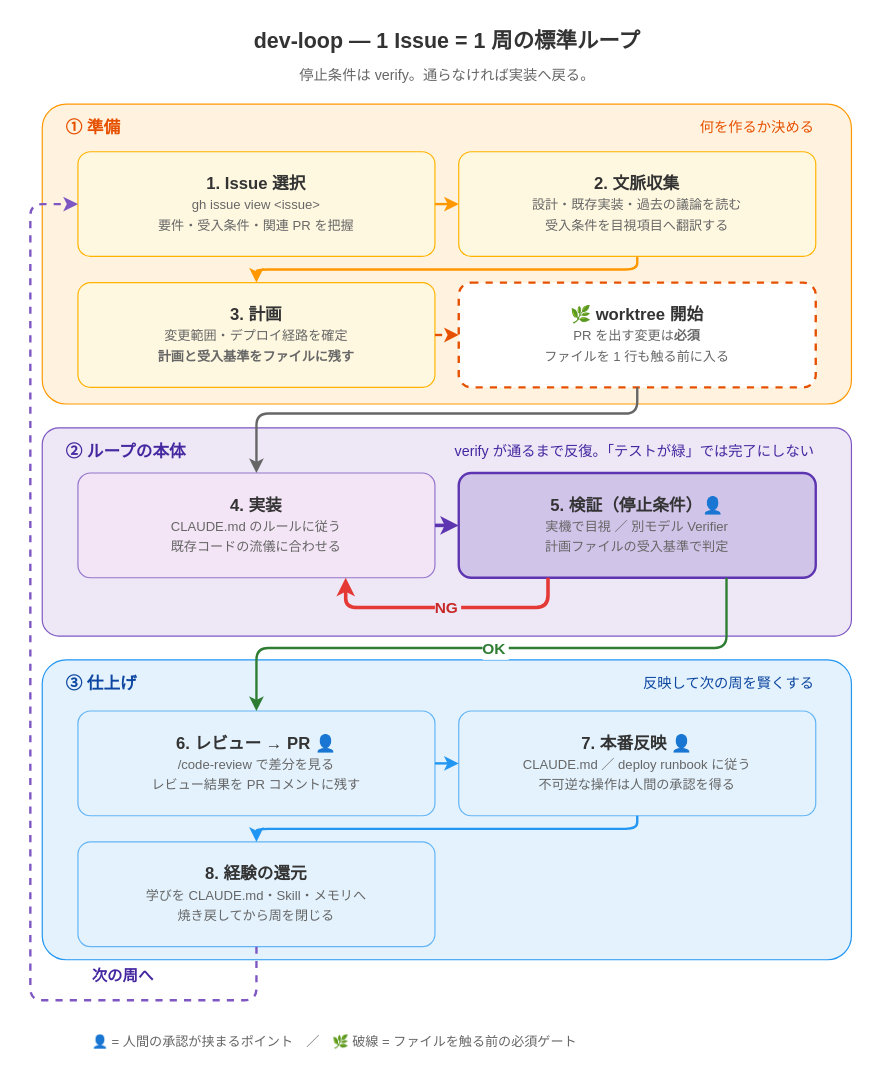
Before: diagrams/dev-loop-cycle.drawio in hdknr/claude-code-setup, a draw.io diagram. Source tidied: cells renumbered, new cells numbered last; positions are measured from the earlier drawing's top-left corner, leaving out a move shared by most shapes. Both pictures are drawn from the tidied source at 119%, with x=0, y=0 at pixel (30, 20).
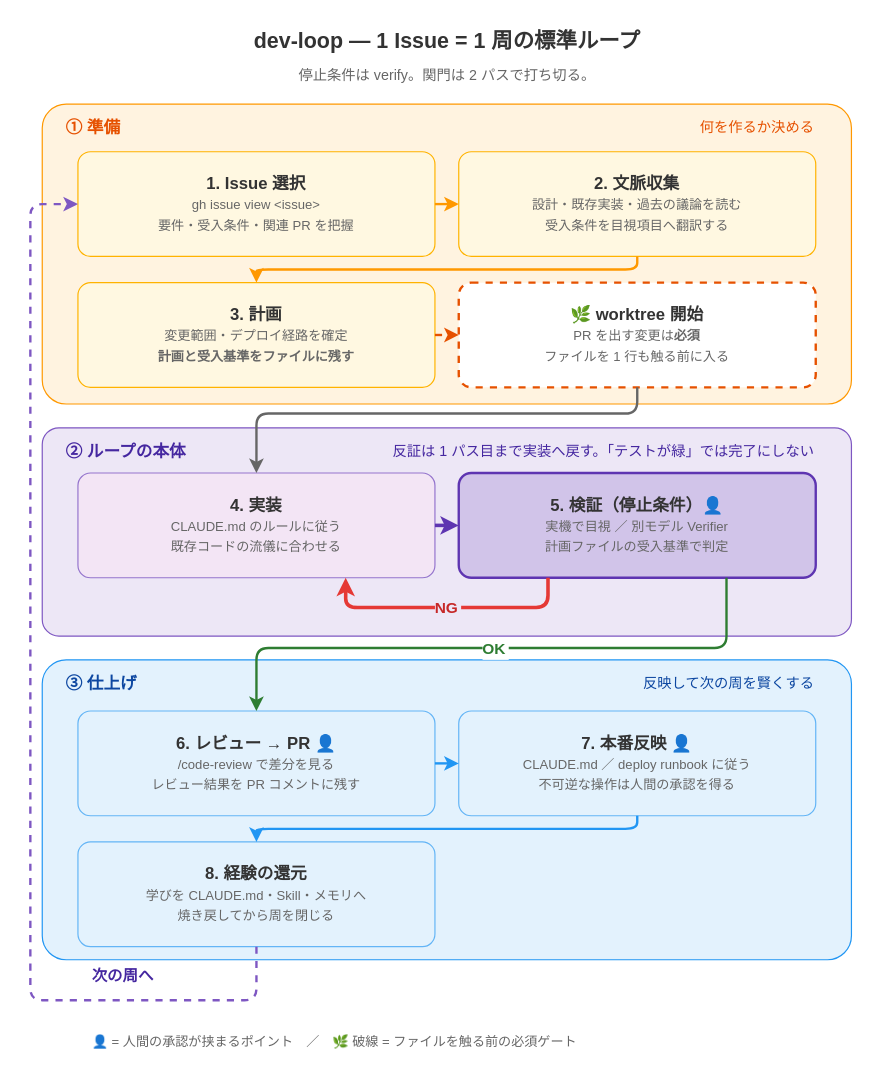
Above is the later version.

Commit message (it also covers changes not shown here):
fix(dev-loop): 2 パス目の指摘を反映（サイクル図・設計 §4・欠票・狭いパスの閉じ方）

The edit, as a diff of the source:
```diff
@@
-    <mxCell id="3" value="停止条件は verify。通らなければ実装へ戻る。" style="text;html=1;align=center;verticalAlign=middle;strokeColor=none;fillColor=none;fontSize=12;fontColor=#666666;" parent="1" vertex="1">
+    <mxCell id="3" value="停止条件は verify。関門は 2 パスで打ち切る。" style="text;html=1;align=center;verticalAlign=middle;strokeColor=none;fillColor=none;fontSize=12;fontColor=#666666;" parent="1" vertex="1">
       <mxGeometry x="150" y="35" width="400" height="22" as="geometry" />
     </mxCell>
@@
-    <mxCell id="13" value="verify が通るまで反復。「テストが緑」では完了にしない" style="text;html=1;align=right;verticalAlign=middle;strokeColor=none;fillColor=none;fontSize=12;fontColor=#4527A0;" parent="1" vertex="1">
+    <mxCell id="13" value="反証は 1 パス目まで実装へ戻す。「テストが緑」では完了にしない" style="text;html=1;align=right;verticalAlign=middle;strokeColor=none;fillColor=none;fontSize=12;fontColor=#4527A0;" parent="1" vertex="1">
       <mxGeometry x="320" y="350" width="340" height="24" as="geometry" />
     </mxCell>
```
